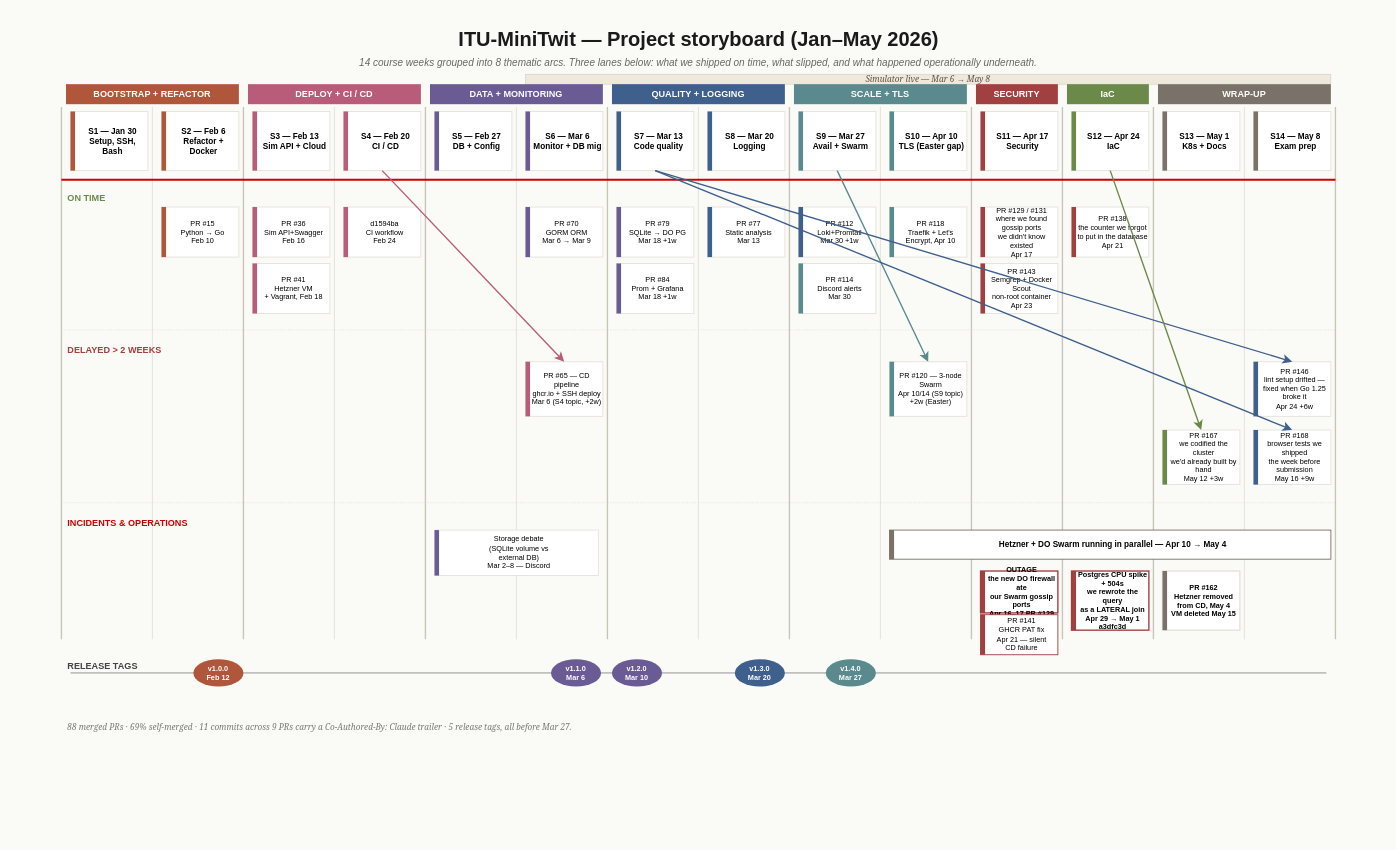
The draw.io diagram report/exam-storyboard.drawio in DevTroopers-ITU/itu-minitwit, before the edit. Source tidied: cells renumbered, new cells numbered last; positions are measured from the earlier drawing's top-left corner, leaving out a move shared by most shapes. Both pictures are drawn from the tidied source at 91%, with x=0, y=0 at pixel (15, 15).
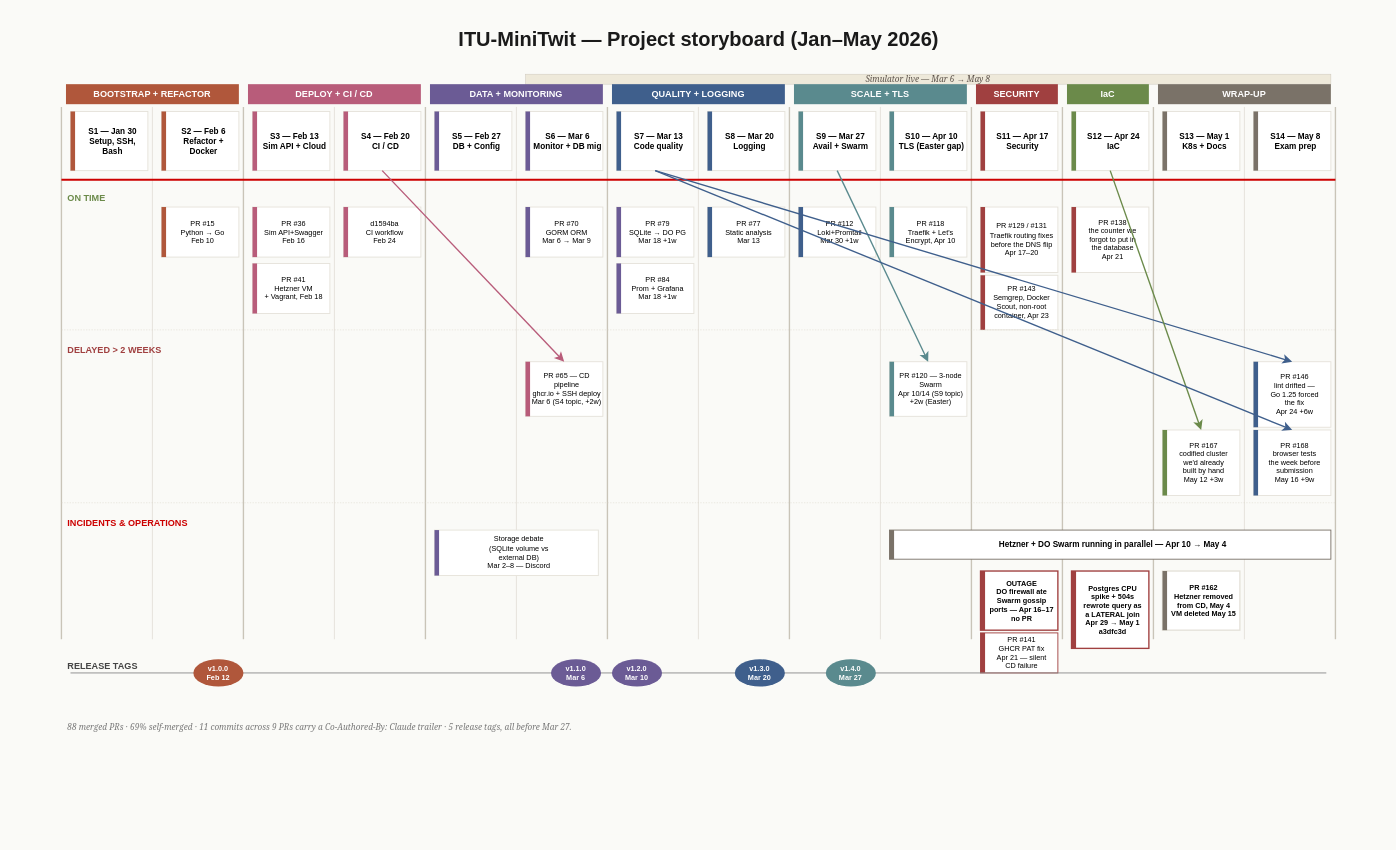
Above is the later version.

Commit message (it also covers changes not shown here):
draft: honest pass on Three Ways + storyboard cleanup

Diff of the diagram source:
```diff
@@
-    <mxCell id="5" value="14 course weeks grouped into 8 thematic arcs. Three lanes below: what we shipped on time, what slipped, and what happened operationally underneath." style="text;html=1;strokeColor=none;fillColor=none;align=center;verticalAlign=middle;fontSize=11;fontStyle=2;fontColor=#666666;whiteSpace=wrap;" parent="1" vertex="1">
-      <mxGeometry x="100" y="42" width="1300" height="20" as="geometry" />
-    </mxCell>
@@
-    <mxCell id="77" value="PR #114&#10;Discord alerts&#10;Mar 30" style="rounded=0;whiteSpace=wrap;html=1;fillColor=#FFFFFF;strokeColor=#E5E2DA;strokeWidth=1;fontSize=8;align=center;verticalAlign=middle;spacingLeft=6;" parent="1" vertex="1">
-      <mxGeometry x="860" y="272" width="85" height="55" as="geometry" />
-    </mxCell>
-    <mxCell id="78" style="rounded=0;whiteSpace=wrap;html=1;fillColor=#5A8A8E;strokeColor=none;" parent="1" vertex="1">
-      <mxGeometry x="860" y="272" width="5" height="55" as="geometry" />
-    </mxCell>
@@
-    <mxCell id="81" value="PR #129 / #131&#10;where we found gossip ports&#10;we didn't know existed&#10;Apr 17" style="rounded=0;whiteSpace=wrap;html=1;fillColor=#FFFFFF;strokeColor=#E5E2DA;strokeWidth=1;fontSize=8;align=center;verticalAlign=middle;spacingLeft=6;" parent="1" vertex="1">
-      <mxGeometry x="1060" y="210" width="85" height="55" as="geometry" />
+    <mxCell id="81" value="PR #129 / #131&#10;Traefik routing fixes&#10;before the DNS flip&#10;Apr 17–20" style="rounded=0;whiteSpace=wrap;html=1;fillColor=#FFFFFF;strokeColor=#E5E2DA;strokeWidth=1;fontSize=8;align=center;verticalAlign=middle;spacingLeft=6;" parent="1" vertex="1">
+      <mxGeometry x="1060" y="210" width="85" height="72" as="geometry" />
     </mxCell>
     <mxCell id="82" style="rounded=0;whiteSpace=wrap;html=1;fillColor=#A04040;strokeColor=none;" parent="1" vertex="1">
-      <mxGeometry x="1060" y="210" width="5" height="55" as="geometry" />
+      <mxGeometry x="1060" y="210" width="5" height="72" as="geometry" />
     </mxCell>
-    <mxCell id="83" value="PR #138&#10;the counter we forgot&#10;to put in the database&#10;Apr 21" style="rounded=0;whiteSpace=wrap;html=1;fillColor=#FFFFFF;strokeColor=#E5E2DA;strokeWidth=1;fontSize=8;align=center;verticalAlign=middle;spacingLeft=6;" parent="1" vertex="1">
-      <mxGeometry x="1160" y="210" width="85" height="55" as="geometry" />
+    <mxCell id="83" value="PR #138&#10;the counter we&#10;forgot to put in&#10;the database&#10;Apr 21" style="rounded=0;whiteSpace=wrap;html=1;fillColor=#FFFFFF;strokeColor=#E5E2DA;strokeWidth=1;fontSize=8;align=center;verticalAlign=middle;spacingLeft=6;" parent="1" vertex="1">
+      <mxGeometry x="1160" y="210" width="85" height="72" as="geometry" />
     </mxCell>
     <mxCell id="84" style="rounded=0;whiteSpace=wrap;html=1;fillColor=#A04040;strokeColor=none;" parent="1" vertex="1">
-      <mxGeometry x="1160" y="210" width="5" height="55" as="geometry" />
+      <mxGeometry x="1160" y="210" width="5" height="72" as="geometry" />
     </mxCell>
-    <mxCell id="85" value="PR #143&#10;Semgrep + Docker Scout&#10;non-root container&#10;Apr 23" style="rounded=0;whiteSpace=wrap;html=1;fillColor=#FFFFFF;strokeColor=#E5E2DA;strokeWidth=1;fontSize=8;align=center;verticalAlign=middle;spacingLeft=6;" parent="1" vertex="1">
-      <mxGeometry x="1060" y="272" width="85" height="55" as="geometry" />
+    <mxCell id="85" value="PR #143&#10;Semgrep, Docker&#10;Scout, non-root&#10;container, Apr 23" style="rounded=0;whiteSpace=wrap;html=1;fillColor=#FFFFFF;strokeColor=#E5E2DA;strokeWidth=1;fontSize=8;align=center;verticalAlign=middle;spacingLeft=6;" parent="1" vertex="1">
+      <mxGeometry x="1060" y="285" width="85" height="60" as="geometry" />
     </mxCell>
     <mxCell id="86" style="rounded=0;whiteSpace=wrap;html=1;fillColor=#A04040;strokeColor=none;" parent="1" vertex="1">
-      <mxGeometry x="1060" y="272" width="5" height="55" as="geometry" />
+      <mxGeometry x="1060" y="285" width="5" height="60" as="geometry" />
     </mxCell>
@@
-    <mxCell id="95" value="PR #146&#10;lint setup drifted —&#10;fixed when Go 1.25 broke it&#10;Apr 24  +6w" style="rounded=0;whiteSpace=wrap;html=1;fillColor=#FFFFFF;strokeColor=#E5E2DA;strokeWidth=1;fontSize=8;align=center;verticalAlign=middle;spacingLeft=6;" parent="1" vertex="1">
-      <mxGeometry x="1360" y="380" width="85" height="60" as="geometry" />
+    <mxCell id="95" value="PR #146&#10;lint drifted —&#10;Go 1.25 forced&#10;the fix&#10;Apr 24  +6w" style="rounded=0;whiteSpace=wrap;html=1;fillColor=#FFFFFF;strokeColor=#E5E2DA;strokeWidth=1;fontSize=8;align=center;verticalAlign=middle;spacingLeft=6;" parent="1" vertex="1">
+      <mxGeometry x="1360" y="380" width="85" height="72" as="geometry" />
     </mxCell>
     <mxCell id="96" style="rounded=0;whiteSpace=wrap;html=1;fillColor=#3F5F8C;strokeColor=none;" parent="1" vertex="1">
-      <mxGeometry x="1360" y="380" width="5" height="60" as="geometry" />
+      <mxGeometry x="1360" y="380" width="5" height="72" as="geometry" />
     </mxCell>
@@
-    <mxCell id="98" value="PR #167&#10;we codified the cluster&#10;we'd already built by hand&#10;May 12  +3w" style="rounded=0;whiteSpace=wrap;html=1;fillColor=#FFFFFF;strokeColor=#E5E2DA;strokeWidth=1;fontSize=8;align=center;verticalAlign=middle;spacingLeft=6;" parent="1" vertex="1">
-      <mxGeometry x="1260" y="455" width="85" height="60" as="geometry" />
+    <mxCell id="98" value="PR #167&#10;codified cluster&#10;we'd already&#10;built by hand&#10;May 12  +3w" style="rounded=0;whiteSpace=wrap;html=1;fillColor=#FFFFFF;strokeColor=#E5E2DA;strokeWidth=1;fontSize=8;align=center;verticalAlign=middle;spacingLeft=6;" parent="1" vertex="1">
+      <mxGeometry x="1260" y="455" width="85" height="72" as="geometry" />
     </mxCell>
     <mxCell id="99" style="rounded=0;whiteSpace=wrap;html=1;fillColor=#6B8A4A;strokeColor=none;" parent="1" vertex="1">
-      <mxGeometry x="1260" y="455" width="5" height="60" as="geometry" />
+      <mxGeometry x="1260" y="455" width="5" height="72" as="geometry" />
     </mxCell>
@@
-    <mxCell id="101" value="PR #168&#10;browser tests we shipped&#10;the week before submission&#10;May 16  +9w" style="rounded=0;whiteSpace=wrap;html=1;fillColor=#FFFFFF;strokeColor=#E5E2DA;strokeWidth=1;fontSize=8;align=center;verticalAlign=middle;spacingLeft=6;" parent="1" vertex="1">
-      <mxGeometry x="1360" y="455" width="85" height="60" as="geometry" />
+    <mxCell id="101" value="PR #168&#10;browser tests&#10;the week before&#10;submission&#10;May 16  +9w" style="rounded=0;whiteSpace=wrap;html=1;fillColor=#FFFFFF;strokeColor=#E5E2DA;strokeWidth=1;fontSize=8;align=center;verticalAlign=middle;spacingLeft=6;" parent="1" vertex="1">
+      <mxGeometry x="1360" y="455" width="85" height="72" as="geometry" />
     </mxCell>
     <mxCell id="102" style="rounded=0;whiteSpace=wrap;html=1;fillColor=#3F5F8C;strokeColor=none;" parent="1" vertex="1">
-      <mxGeometry x="1360" y="455" width="5" height="60" as="geometry" />
+      <mxGeometry x="1360" y="455" width="5" height="72" as="geometry" />
     </mxCell>
@@
-    <mxCell id="110" value="OUTAGE&#10;the new DO firewall ate&#10;our Swarm gossip ports&#10;Apr 16–17  PR #129" style="rounded=0;whiteSpace=wrap;html=1;fillColor=#FFFFFF;strokeColor=#A04040;strokeWidth=1.5;fontSize=8;fontStyle=1;align=center;verticalAlign=middle;spacingLeft=6;" parent="1" vertex="1">
-      <mxGeometry x="1060" y="610" width="85" height="46" as="geometry" />
+    <mxCell id="110" value="OUTAGE&#10;DO firewall ate&#10;Swarm gossip&#10;ports — Apr 16–17&#10;no PR" style="rounded=0;whiteSpace=wrap;html=1;fillColor=#FFFFFF;strokeColor=#A04040;strokeWidth=1.5;fontSize=8;fontStyle=1;align=center;verticalAlign=middle;spacingLeft=6;" parent="1" vertex="1">
+      <mxGeometry x="1060" y="610" width="85" height="65" as="geometry" />
     </mxCell>
     <mxCell id="111" style="rounded=0;whiteSpace=wrap;html=1;fillColor=#A04040;strokeColor=none;" parent="1" vertex="1">
-      <mxGeometry x="1060" y="610" width="5" height="46" as="geometry" />
+      <mxGeometry x="1060" y="610" width="5" height="65" as="geometry" />
     </mxCell>
     <mxCell id="112" value="PR #141&#10;GHCR PAT fix&#10;Apr 21 — silent&#10;CD failure" style="rounded=0;whiteSpace=wrap;html=1;fillColor=#FFFFFF;strokeColor=#A04040;strokeWidth=1;fontSize=8;align=center;verticalAlign=middle;spacingLeft=6;" parent="1" vertex="1">
-      <mxGeometry x="1060" y="658" width="85" height="44" as="geometry" />
+      <mxGeometry x="1060" y="678" width="85" height="44" as="geometry" />
     </mxCell>
     <mxCell id="113" style="rounded=0;whiteSpace=wrap;html=1;fillColor=#A04040;strokeColor=none;" parent="1" vertex="1">
-      <mxGeometry x="1060" y="658" width="5" height="44" as="geometry" />
+      <mxGeometry x="1060" y="678" width="5" height="44" as="geometry" />
     </mxCell>
-    <mxCell id="114" value="Postgres CPU spike + 504s&#10;we rewrote the query&#10;as a LATERAL join&#10;Apr 29 → May 1  a3dfc3d" style="rounded=0;whiteSpace=wrap;html=1;fillColor=#FFFFFF;strokeColor=#A04040;strokeWidth=1.5;fontSize=8;fontStyle=1;align=center;verticalAlign=middle;spacingLeft=6;" parent="1" vertex="1">
-      <mxGeometry x="1160" y="610" width="85" height="65" as="geometry" />
+    <mxCell id="114" value="Postgres CPU&#10;spike + 504s&#10;rewrote query as&#10;a LATERAL join&#10;Apr 29 → May 1&#10;a3dfc3d" style="rounded=0;whiteSpace=wrap;html=1;fillColor=#FFFFFF;strokeColor=#A04040;strokeWidth=1.5;fontSize=8;fontStyle=1;align=center;verticalAlign=middle;spacingLeft=6;" parent="1" vertex="1">
+      <mxGeometry x="1160" y="610" width="85" height="85" as="geometry" />
     </mxCell>
     <mxCell id="115" style="rounded=0;whiteSpace=wrap;html=1;fillColor=#A04040;strokeColor=none;" parent="1" vertex="1">
-      <mxGeometry x="1160" y="610" width="5" height="65" as="geometry" />
+      <mxGeometry x="1160" y="610" width="5" height="85" as="geometry" />
     </mxCell>
```
